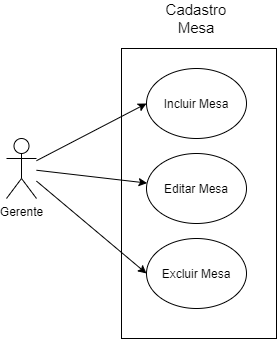
The draw.io diagram CadastroMesa.png in hinname/project-Restaurant, before a commit. Source tidied: cells renumbered, new cells last; positions are measured from the earlier drawing's top-left corner, leaving out a move shared by most shapes. Source of this version:
```xml
<mxGraphModel>
  <root>
    <mxCell id="0" />
    <mxCell id="1" parent="0" />
    <mxCell id="2" style="rounded=0;whiteSpace=wrap;html=1;" parent="1" vertex="1">
      <mxGeometry x="115" y="40" width="155" height="290" as="geometry" />
    </mxCell>
    <mxCell id="3" value="Gerente" style="shape=umlActor;verticalLabelPosition=bottom;verticalAlign=top;html=1;outlineConnect=0;" parent="1" vertex="1">
      <mxGeometry y="130" width="30" height="60" as="geometry" />
    </mxCell>
    <mxCell id="4" value="Incluir Mesa" style="ellipse;whiteSpace=wrap;html=1;" parent="1" vertex="1">
      <mxGeometry x="140" y="60" width="100" height="70" as="geometry" />
    </mxCell>
    <mxCell id="5" value="Editar Mesa" style="ellipse;whiteSpace=wrap;html=1;" parent="1" vertex="1">
      <mxGeometry x="140" y="145" width="100" height="70" as="geometry" />
    </mxCell>
    <mxCell id="6" value="Excluir Mesa" style="ellipse;whiteSpace=wrap;html=1;" parent="1" vertex="1">
      <mxGeometry x="140" y="230" width="100" height="70" as="geometry" />
    </mxCell>
    <mxCell id="7" value="&lt;font style=&quot;font-size: 15px&quot;&gt;Cadastro Mesa&lt;/font&gt;" style="text;html=1;strokeColor=none;fillColor=none;align=center;verticalAlign=middle;whiteSpace=wrap;rounded=0;" parent="1" vertex="1">
      <mxGeometry x="170" width="40" height="20" as="geometry" />
    </mxCell>
    <mxCell id="8" style="endArrow=classic;html=1;entryX=0;entryY=0.5;entryDx=0;entryDy=0;" parent="1" edge="1" source="3" target="4">
      <mxGeometry relative="1" as="geometry" />
    </mxCell>
    <mxCell id="9" style="endArrow=classic;html=1;" parent="1" edge="1" source="3" target="5">
      <mxGeometry relative="1" as="geometry" />
    </mxCell>
    <mxCell id="10" style="endArrow=classic;html=1;entryX=0;entryY=0.5;entryDx=0;entryDy=0;" parent="1" edge="1" source="3" target="6">
      <mxGeometry relative="1" as="geometry" />
    </mxCell>
  </root>
</mxGraphModel>
```
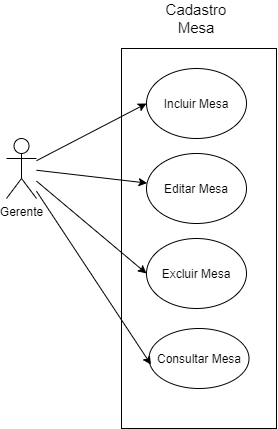
Above is the later version.

Change to the diagram source:
```diff
@@ -3,7 +3,7 @@
     <mxCell id="0" />
     <mxCell id="1" parent="0" />
     <mxCell id="2" style="rounded=0;whiteSpace=wrap;html=1;" parent="1" vertex="1">
-      <mxGeometry x="115" y="40" width="155" height="290" as="geometry" />
+      <mxGeometry x="115" y="40" width="155" height="380" as="geometry" />
     </mxCell>
     <mxCell id="3" value="Gerente" style="shape=umlActor;verticalLabelPosition=bottom;verticalAlign=top;html=1;outlineConnect=0;" parent="1" vertex="1">
       <mxGeometry y="130" width="30" height="60" as="geometry" />
@@ -29,5 +29,11 @@
     <mxCell id="10" style="endArrow=classic;html=1;entryX=0;entryY=0.5;entryDx=0;entryDy=0;" parent="1" edge="1" source="3" target="6">
       <mxGeometry relative="1" as="geometry" />
     </mxCell>
+    <mxCell id="11" value="Consultar Mesa" style="ellipse;whiteSpace=wrap;html=1;" parent="1" vertex="1">
+      <mxGeometry x="142.5" y="320" width="100" height="60" as="geometry" />
+    </mxCell>
+    <mxCell id="12" style="endArrow=classic;html=1;entryX=0.02;entryY=0.602;entryDx=0;entryDy=0;entryPerimeter=0;" parent="1" edge="1" source="3" target="11">
+      <mxGeometry relative="1" as="geometry" />
+    </mxCell>
   </root>
 </mxGraphModel>
```
